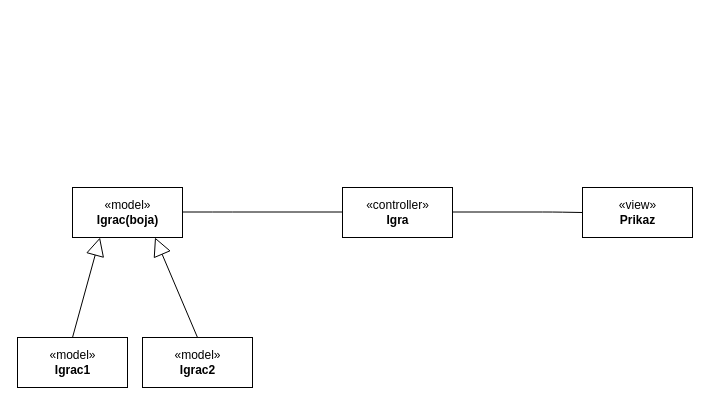
LauraMemedovic/connect-four keeps this draw.io diagram as page "dijagram_klasa_arhitekture_connect4" (1 of 3) of ClassDiagram.drawio. Above is the earlier version. Source tidied: cells renumbered, new cells numbered last; positions are measured from the earlier drawing's top-left corner, leaving out a move shared by most shapes. Both pictures are drawn from the tidied source at 100%, with x=0, y=0 at pixel (17, 187).
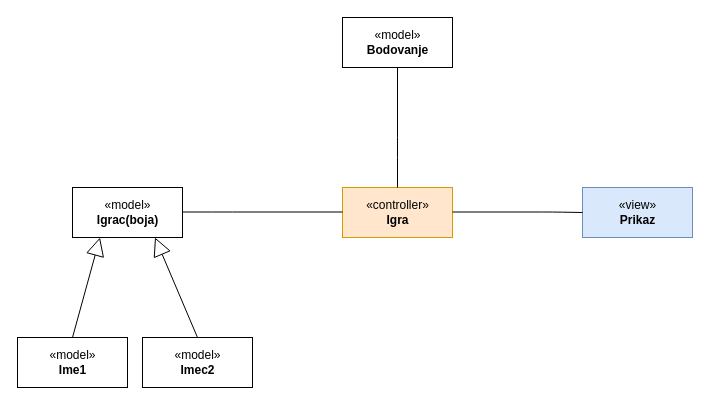
After the change.

Change to the diagram source:
```diff
@@
 <mxGraphModel>
   <root>
     <mxCell id="0" />
     <mxCell id="1" parent="0" />
-    <mxCell id="2" value="«view»&lt;br&gt;&lt;b&gt;Prikaz&lt;/b&gt;" style="html=1;" parent="1" vertex="1">
+    <mxCell id="2" value="«view»&lt;br&gt;&lt;b&gt;Prikaz&lt;/b&gt;" style="html=1;fillColor=#dae8fc;strokeColor=#6c8ebf;" parent="1" vertex="1">
       <mxGeometry x="565" width="110" height="50" as="geometry" />
     </mxCell>
-    <mxCell id="3" value="«controller»&lt;br&gt;&lt;b&gt;Igra&lt;/b&gt;" style="html=1;" parent="1" vertex="1">
+    <mxCell id="3" value="«controller»&lt;br&gt;&lt;b&gt;Igra&lt;/b&gt;" style="html=1;fillColor=#ffe6cc;strokeColor=#d79b00;" parent="1" vertex="1">
       <mxGeometry x="325" width="110" height="50" as="geometry" />
     </mxCell>
     <mxCell id="4" value="«model»&lt;br&gt;&lt;b&gt;Igrac(boja)&lt;/b&gt;" style="html=1;" parent="1" vertex="1">
       <mxGeometry x="55" width="110" height="50" as="geometry" />
     </mxCell>
-    <mxCell id="5" value="«model»&lt;br&gt;&lt;b&gt;Igrac1&lt;/b&gt;" style="html=1;" parent="1" vertex="1">
+    <mxCell id="5" value="«model»&lt;br&gt;&lt;b&gt;Ime1&lt;/b&gt;" style="html=1;" parent="1" vertex="1">
       <mxGeometry y="150" width="110" height="50" as="geometry" />
     </mxCell>
-    <mxCell id="6" value="«model»&lt;br&gt;&lt;b&gt;Igrac2&lt;/b&gt;" style="html=1;" parent="1" vertex="1">
+    <mxCell id="6" value="«model»&lt;br&gt;&lt;b&gt;Imec2&lt;/b&gt;" style="html=1;" parent="1" vertex="1">
       <mxGeometry x="125" y="150" width="110" height="50" as="geometry" />
     </mxCell>
     <mxCell id="7" style="endArrow=none;html=1;edgeStyle=orthogonalEdgeStyle;" parent="1" edge="1">
       <mxGeometry relative="1" as="geometry">
         <mxPoint x="435" y="24.5" as="sourcePoint" />
         <mxPoint x="565" y="25" as="targetPoint" />
         <Array as="points">
           <mxPoint x="535" y="25" />
           <mxPoint x="535" y="25" />
         </Array>
       </mxGeometry>
     </mxCell>
     <mxCell id="8" style="endArrow=none;html=1;edgeStyle=orthogonalEdgeStyle;" parent="1" edge="1">
       <mxGeometry relative="1" as="geometry">
         <mxPoint x="165" y="24.5" as="sourcePoint" />
         <mxPoint x="325" y="24.5" as="targetPoint" />
         <Array as="points">
           <mxPoint x="205" y="25" />
           <mxPoint x="205" y="25" />
         </Array>
       </mxGeometry>
     </mxCell>
     <mxCell id="9" style="endArrow=block;endSize=16;endFill=0;html=1;exitX=0.5;exitY=0;exitDx=0;exitDy=0;entryX=0.25;entryY=1;entryDx=0;entryDy=0;" parent="1" edge="1" source="5" target="4">
       <mxGeometry relative="1" as="geometry" />
     </mxCell>
     <mxCell id="10" style="endArrow=block;endSize=16;endFill=0;html=1;entryX=0.75;entryY=1;entryDx=0;entryDy=0;exitX=0.5;exitY=0;exitDx=0;exitDy=0;" parent="1" edge="1" source="6" target="4">
       <mxGeometry relative="1" as="geometry" />
     </mxCell>
+    <mxCell id="11" value="«model»&lt;br&gt;&lt;b&gt;Bodovanje&lt;/b&gt;" style="html=1;" parent="1" vertex="1">
+      <mxGeometry x="325" y="-170" width="110" height="50" as="geometry" />
+    </mxCell>
+    <mxCell id="12" style="endArrow=none;html=1;edgeStyle=orthogonalEdgeStyle;exitX=0.5;exitY=1;exitDx=0;exitDy=0;entryX=0.5;entryY=0;entryDx=0;entryDy=0;" parent="1" edge="1" source="11" target="3">
+      <mxGeometry relative="1" as="geometry">
+        <Array as="points">
+          <mxPoint x="380" y="-40" />
+          <mxPoint x="380" y="-40" />
+        </Array>
+      </mxGeometry>
+    </mxCell>
   </root>
 </mxGraphModel>
```
